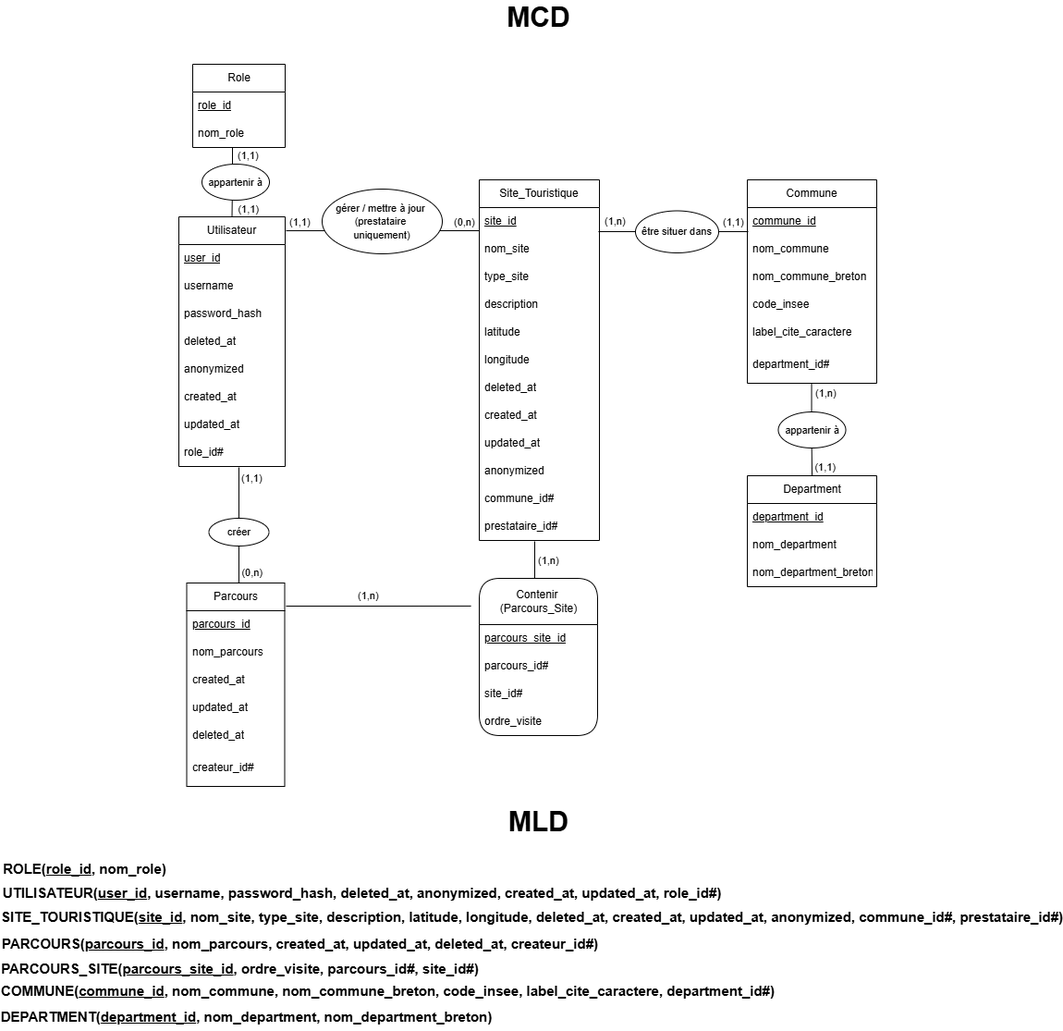
Before: MCD_MLD_Lumea.png, a diagram exported from draw.io (go2375/Luma). Source tidied: cells renumbered, new cells last; positions are measured from the earlier drawing's top-left corner, leaving out a move shared by most shapes.
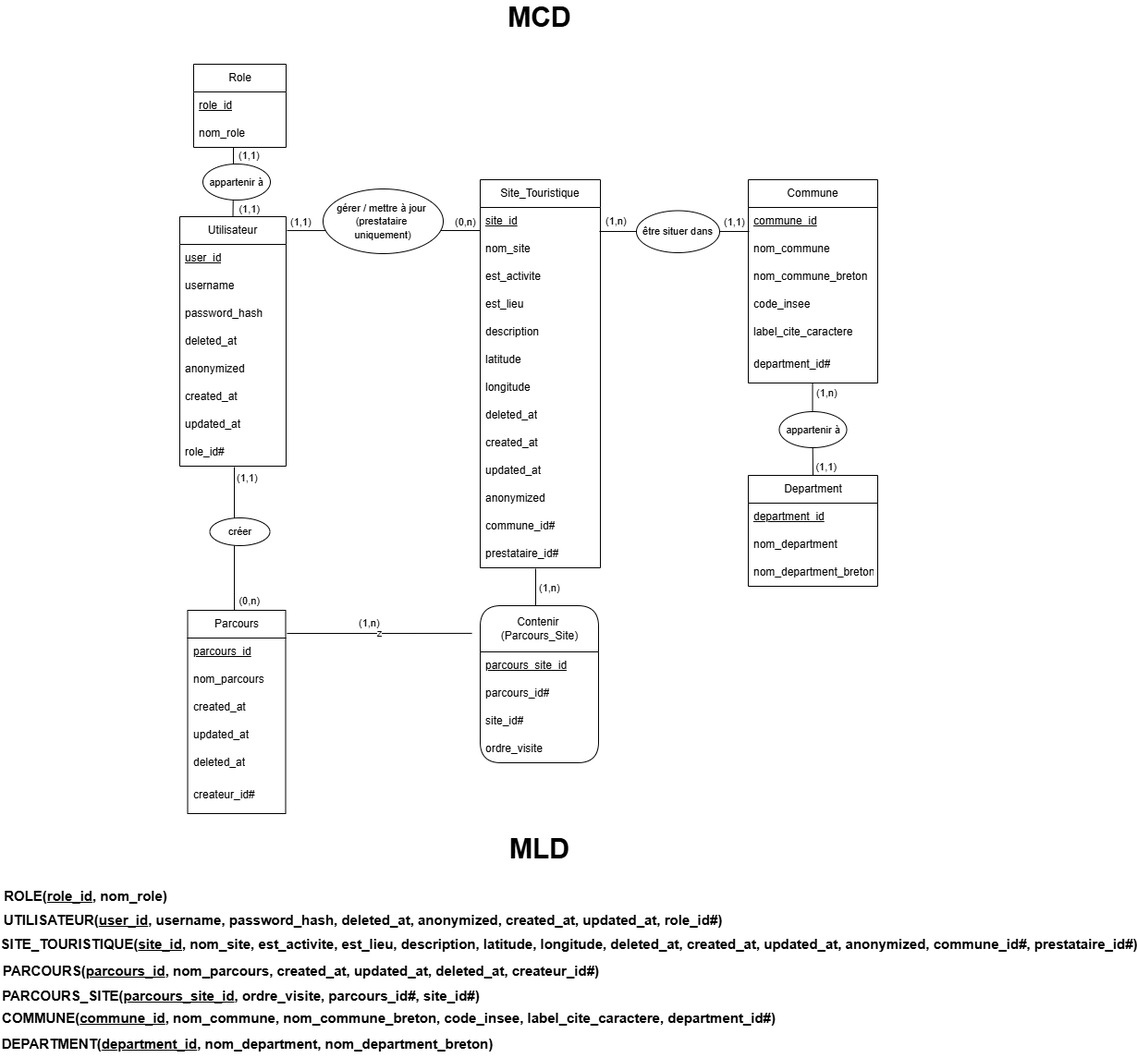
After the change.

Commit message:
Mise à jour : est_activite, est_lieu mise à jour

What changed in the source:
```diff
@@ -12,7 +12,7 @@
       <mxGeometry y="60" width="100" height="30" as="geometry" />
     </mxCell>
     <mxCell id="5" value="Parcours" style="swimlane;fontStyle=0;horizontal=1;startSize=30;whiteSpace=wrap;html=1;" parent="1" vertex="1">
-      <mxGeometry x="151.5" y="625" width="106" height="220" as="geometry" />
+      <mxGeometry x="151.5" y="655" width="106" height="220" as="geometry" />
     </mxCell>
     <mxCell id="6" value="&lt;u&gt;parcours_id&lt;/u&gt;" style="text;strokeColor=none;fillColor=none;align=left;verticalAlign=middle;spacingLeft=4;spacingRight=4;overflow=hidden;whiteSpace=wrap;html=1;" parent="5" vertex="1">
       <mxGeometry y="30" width="106" height="30" as="geometry" />
@@ -60,7 +60,7 @@
       <mxGeometry y="240" width="115" height="30" as="geometry" />
     </mxCell>
     <mxCell id="21" value="Contenir&amp;nbsp;&lt;div&gt;(Parcours_Site)&lt;/div&gt;" style="swimlane;fontStyle=0;horizontal=1;startSize=50;html=1;rounded=1;" parent="1" vertex="1">
-      <mxGeometry x="468" y="620" width="128" height="170" as="geometry" />
+      <mxGeometry x="468" y="650" width="128" height="170" as="geometry" />
     </mxCell>
     <mxCell id="22" style="endArrow=none;html=1;edgeStyle=orthogonalEdgeStyle;rounded=0;" parent="21" edge="1">
       <mxGeometry relative="1" as="geometry">
@@ -122,7 +122,7 @@
       <mxGeometry y="180" width="140" height="40" as="geometry" />
     </mxCell>
     <mxCell id="39" value="Site_Touristique" style="swimlane;fontStyle=0;horizontal=1;startSize=30;whiteSpace=wrap;html=1;" parent="1" vertex="1">
-      <mxGeometry x="468" y="189" width="130" height="390" as="geometry" />
+      <mxGeometry x="468" y="189" width="130" height="420" as="geometry" />
     </mxCell>
     <mxCell id="40" value="&lt;u&gt;site_id&lt;/u&gt;" style="text;strokeColor=none;fillColor=none;align=left;verticalAlign=middle;spacingLeft=4;spacingRight=4;overflow=hidden;points=[[0,0.5],[1,0.5]];portConstraint=eastwest;whiteSpace=wrap;html=1;" parent="39" vertex="1">
       <mxGeometry y="30" width="130" height="30" as="geometry" />
@@ -130,46 +130,49 @@
     <mxCell id="41" value="nom_site" style="text;strokeColor=none;fillColor=none;align=left;verticalAlign=middle;spacingLeft=4;spacingRight=4;overflow=hidden;whiteSpace=wrap;html=1;" parent="39" vertex="1">
       <mxGeometry y="60" width="130" height="30" as="geometry" />
     </mxCell>
+    <mxCell id="84" value="est_activite" style="text;strokeColor=none;fillColor=none;align=left;verticalAlign=middle;spacingLeft=4;spacingRight=4;overflow=hidden;whiteSpace=wrap;html=1;" parent="39" vertex="1">
+      <mxGeometry y="90" width="130" height="30" as="geometry" />
+    </mxCell>
-    <mxCell id="42" value="type_site" style="text;strokeColor=none;fillColor=none;align=left;verticalAlign=middle;spacingLeft=4;spacingRight=4;overflow=hidden;whiteSpace=wrap;html=1;" parent="39" vertex="1">
-      <mxGeometry y="90" width="130" height="30" as="geometry" />
+    <mxCell id="42" value="est_lieu" style="text;strokeColor=none;fillColor=none;align=left;verticalAlign=middle;spacingLeft=4;spacingRight=4;overflow=hidden;whiteSpace=wrap;html=1;" parent="39" vertex="1">
+      <mxGeometry y="120" width="130" height="30" as="geometry" />
     </mxCell>
     <mxCell id="43" value="description" style="text;strokeColor=none;fillColor=none;align=left;verticalAlign=middle;spacingLeft=4;spacingRight=4;overflow=hidden;whiteSpace=wrap;html=1;" parent="39" vertex="1">
-      <mxGeometry y="120" width="130" height="30" as="geometry" />
+      <mxGeometry y="150" width="130" height="30" as="geometry" />
     </mxCell>
     <mxCell id="44" value="latitude" style="text;strokeColor=none;fillColor=none;align=left;verticalAlign=middle;spacingLeft=4;spacingRight=4;overflow=hidden;whiteSpace=wrap;html=1;" parent="39" vertex="1">
-      <mxGeometry y="150" width="130" height="30" as="geometry" />
+      <mxGeometry y="180" width="130" height="30" as="geometry" />
     </mxCell>
     <mxCell id="45" value="longitude" style="text;strokeColor=none;fillColor=none;align=left;verticalAlign=middle;spacingLeft=4;spacingRight=4;overflow=hidden;whiteSpace=wrap;html=1;" parent="39" vertex="1">
-      <mxGeometry y="180" width="130" height="30" as="geometry" />
+      <mxGeometry y="210" width="130" height="30" as="geometry" />
     </mxCell>
     <mxCell id="46" value="deleted_at" style="text;strokeColor=none;fillColor=none;align=left;verticalAlign=middle;spacingLeft=4;spacingRight=4;overflow=hidden;whiteSpace=wrap;html=1;" parent="39" vertex="1">
-      <mxGeometry y="210" width="130" height="30" as="geometry" />
+      <mxGeometry y="240" width="130" height="30" as="geometry" />
     </mxCell>
     <mxCell id="47" value="created_at" style="text;strokeColor=none;fillColor=none;align=left;verticalAlign=middle;spacingLeft=4;spacingRight=4;overflow=hidden;whiteSpace=wrap;html=1;" parent="39" vertex="1">
-      <mxGeometry y="240" width="130" height="30" as="geometry" />
+      <mxGeometry y="270" width="130" height="30" as="geometry" />
     </mxCell>
     <mxCell id="48" value="updated_at" style="text;strokeColor=none;fillColor=none;align=left;verticalAlign=middle;spacingLeft=4;spacingRight=4;overflow=hidden;whiteSpace=wrap;html=1;" parent="39" vertex="1">
-      <mxGeometry y="270" width="130" height="30" as="geometry" />
+      <mxGeometry y="300" width="130" height="30" as="geometry" />
     </mxCell>
     <mxCell id="49" value="anonymized" style="text;strokeColor=none;fillColor=none;align=left;verticalAlign=middle;spacingLeft=4;spacingRight=4;overflow=hidden;whiteSpace=wrap;html=1;" parent="39" vertex="1">
-      <mxGeometry y="300" width="130" height="30" as="geometry" />
+      <mxGeometry y="330" width="130" height="30" as="geometry" />
     </mxCell>
     <mxCell id="50" value="commune_id#" style="text;strokeColor=none;fillColor=none;align=left;verticalAlign=middle;spacingLeft=4;spacingRight=4;overflow=hidden;whiteSpace=wrap;html=1;" parent="39" vertex="1">
-      <mxGeometry y="330" width="130" height="30" as="geometry" />
+      <mxGeometry y="360" width="130" height="30" as="geometry" />
     </mxCell>
     <mxCell id="51" value="prestataire_id#" style="text;strokeColor=none;fillColor=none;align=left;verticalAlign=middle;spacingLeft=4;spacingRight=4;overflow=hidden;whiteSpace=wrap;html=1;" parent="39" vertex="1">
-      <mxGeometry y="360" width="130" height="30" as="geometry" />
+      <mxGeometry y="390" width="130" height="30" as="geometry" />
     </mxCell>
     <mxCell id="52" style="endArrow=none;html=1;edgeStyle=orthogonalEdgeStyle;rounded=0;entryX=0.5;entryY=0;entryDx=0;entryDy=0;" parent="1" edge="1" source="66" target="5">
       <mxGeometry relative="1" as="geometry">
         <Array as="points">
-          <mxPoint x="208" y="625" />
+          <mxPoint x="202" y="655" />
         </Array>
       </mxGeometry>
     </mxCell>
     <mxCell id="53" value="(0,n)" style="edgeLabel;html=1;align=right;verticalAlign=bottom;" parent="52" vertex="1">
       <mxGeometry x="1" relative="1" as="geometry">
-        <mxPoint x="30" y="-3" as="offset" />
+        <mxPoint x="25" y="-2" as="offset" />
       </mxGeometry>
     </mxCell>
     <mxCell id="54" style="endArrow=none;html=1;edgeStyle=orthogonalEdgeStyle;rounded=0;entryX=0.5;entryY=0;entryDx=0;entryDy=0;exitX=0.361;exitY=1;exitDx=0;exitDy=0;exitPerimeter=0;" parent="1" edge="1" target="28">
@@ -227,7 +230,10 @@
     </mxCell>
     <mxCell id="64" style="endArrow=none;html=1;edgeStyle=orthogonalEdgeStyle;rounded=0;" parent="1" edge="1" target="66">
       <mxGeometry relative="1" as="geometry">
-        <mxPoint x="208" y="500" as="sourcePoint" />
+        <mxPoint x="202" y="500" as="sourcePoint" />
+        <Array as="points">
+          <mxPoint x="202" y="500" />
+        </Array>
       </mxGeometry>
     </mxCell>
     <mxCell id="65" value="(1,1)" style="edgeLabel;html=1;align=left;verticalAlign=bottom;" parent="64" vertex="1">
@@ -241,10 +247,10 @@
     <mxCell id="67" value="(0,n)" style="edgeLabel;html=1;align=left;verticalAlign=bottom;" parent="1" vertex="1">
       <mxGeometry x="439" y="243" as="geometry" />
     </mxCell>
-    <mxCell id="68" style="endArrow=none;html=1;edgeStyle=orthogonalEdgeStyle;rounded=0;entryX=0.016;entryY=0.176;entryDx=0;entryDy=0;entryPerimeter=0;" parent="1" edge="1">
+    <mxCell id="68" value="z" style="endArrow=none;html=1;edgeStyle=orthogonalEdgeStyle;rounded=0;entryX=0.016;entryY=0.176;entryDx=0;entryDy=0;entryPerimeter=0;" parent="1" edge="1">
       <mxGeometry relative="1" as="geometry">
-        <mxPoint x="259" y="650" as="sourcePoint" />
-        <mxPoint x="459" y="649.9" as="targetPoint" />
+        <mxPoint x="259" y="680" as="sourcePoint" />
+        <mxPoint x="459" y="679.9" as="targetPoint" />
       </mxGeometry>
     </mxCell>
     <mxCell id="69" value="(1,n)" style="edgeLabel;html=1;align=left;verticalAlign=bottom;" parent="68" vertex="1">
@@ -273,28 +279,28 @@
       <mxGeometry x="492" width="80" height="26" as="geometry" />
     </mxCell>
     <mxCell id="76" value="MLD" style="text;align=center;fontStyle=1;verticalAlign=middle;spacingLeft=3;spacingRight=3;strokeColor=none;html=1;fontSize=30;" parent="1" vertex="1">
-      <mxGeometry x="492" y="870" width="80" height="26" as="geometry" />
+      <mxGeometry x="492" y="900" width="80" height="26" as="geometry" />
     </mxCell>
     <mxCell id="77" value="ROLE(&lt;u&gt;role_id&lt;/u&gt;, nom_role)" style="text;align=center;fontStyle=1;verticalAlign=middle;spacingLeft=3;spacingRight=3;strokeColor=none;html=1;fontSize=15;" parent="1" vertex="1">
-      <mxGeometry x="0.5" y="917" width="80" height="33" as="geometry" />
+      <mxGeometry x="0.5" y="947" width="80" height="33" as="geometry" />
     </mxCell>
     <mxCell id="78" value="UTILISATEUR(&lt;u&gt;user_id&lt;/u&gt;, username, password_hash, deleted_at, anonymized, created_at, updated_at, role_id#)" style="text;align=center;fontStyle=1;verticalAlign=middle;spacingLeft=3;spacingRight=3;strokeColor=none;html=1;fontSize=15;" parent="1" vertex="1">
-      <mxGeometry x="301" y="943" width="80" height="33" as="geometry" />
+      <mxGeometry x="301" y="973" width="80" height="33" as="geometry" />
     </mxCell>
-    <mxCell id="79" value="SITE_TOURISTIQUE(&lt;u&gt;site_id&lt;/u&gt;, nom_site, type_site, description, latitude, longitude, deleted_at, created_at, updated_at, anonymized, commune_id#, prestataire_id#)" style="text;align=center;fontStyle=1;verticalAlign=middle;spacingLeft=3;spacingRight=3;strokeColor=none;html=1;fontSize=15;" parent="1" vertex="1">
-      <mxGeometry x="485" y="969" width="80" height="33" as="geometry" />
+    <mxCell id="79" value="SITE_TOURISTIQUE(&lt;u&gt;site_id&lt;/u&gt;, nom_site, est_activite, est_lieu, description, latitude, longitude, deleted_at, created_at, updated_at, anonymized, commune_id#, prestataire_id#)" style="text;align=center;fontStyle=1;verticalAlign=middle;spacingLeft=3;spacingRight=3;strokeColor=none;html=1;fontSize=15;" parent="1" vertex="1">
+      <mxGeometry x="524" y="999" width="80" height="33" as="geometry" />
     </mxCell>
     <mxCell id="80" value="PARCOURS(&lt;u&gt;parcours_id&lt;/u&gt;, nom_parcours, created_at, updated_at, deleted_at, createur_id#)" style="text;align=center;fontStyle=1;verticalAlign=middle;spacingLeft=3;spacingRight=3;strokeColor=none;html=1;fontSize=15;" parent="1" vertex="1">
-      <mxGeometry x="234" y="998" width="80" height="33" as="geometry" />
+      <mxGeometry x="234" y="1028" width="80" height="33" as="geometry" />
     </mxCell>
     <mxCell id="81" value="PARCOURS_SITE(&lt;u&gt;parcours_site_id&lt;/u&gt;, ordre_visite, parcours_id#, site_id#)&amp;nbsp;" style="text;align=center;fontStyle=1;verticalAlign=middle;spacingLeft=3;spacingRight=3;strokeColor=none;html=1;fontSize=15;" parent="1" vertex="1">
-      <mxGeometry x="171" y="1025" width="80" height="33" as="geometry" />
+      <mxGeometry x="171" y="1055" width="80" height="33" as="geometry" />
     </mxCell>
     <mxCell id="82" value="COMMUNE(&lt;u&gt;commune_id&lt;/u&gt;, nom_commune, nom_commune_breton, code_insee, label_cite_caractere, department_id#)" style="text;align=center;fontStyle=1;verticalAlign=middle;spacingLeft=3;spacingRight=3;strokeColor=none;html=1;fontSize=15;" parent="1" vertex="1">
-      <mxGeometry x="329" y="1049" width="80" height="33" as="geometry" />
+      <mxGeometry x="329" y="1079" width="80" height="33" as="geometry" />
     </mxCell>
     <mxCell id="83" value="DEPARTMENT(&lt;u&gt;department_id&lt;/u&gt;, nom_department, nom_department_breton)" style="text;align=center;fontStyle=1;verticalAlign=middle;spacingLeft=3;spacingRight=3;strokeColor=none;html=1;fontSize=15;" parent="1" vertex="1">
-      <mxGeometry x="175.5" y="1077" width="80" height="33" as="geometry" />
+      <mxGeometry x="175.5" y="1107" width="80" height="33" as="geometry" />
     </mxCell>
   </root>
 </mxGraphModel>
```
